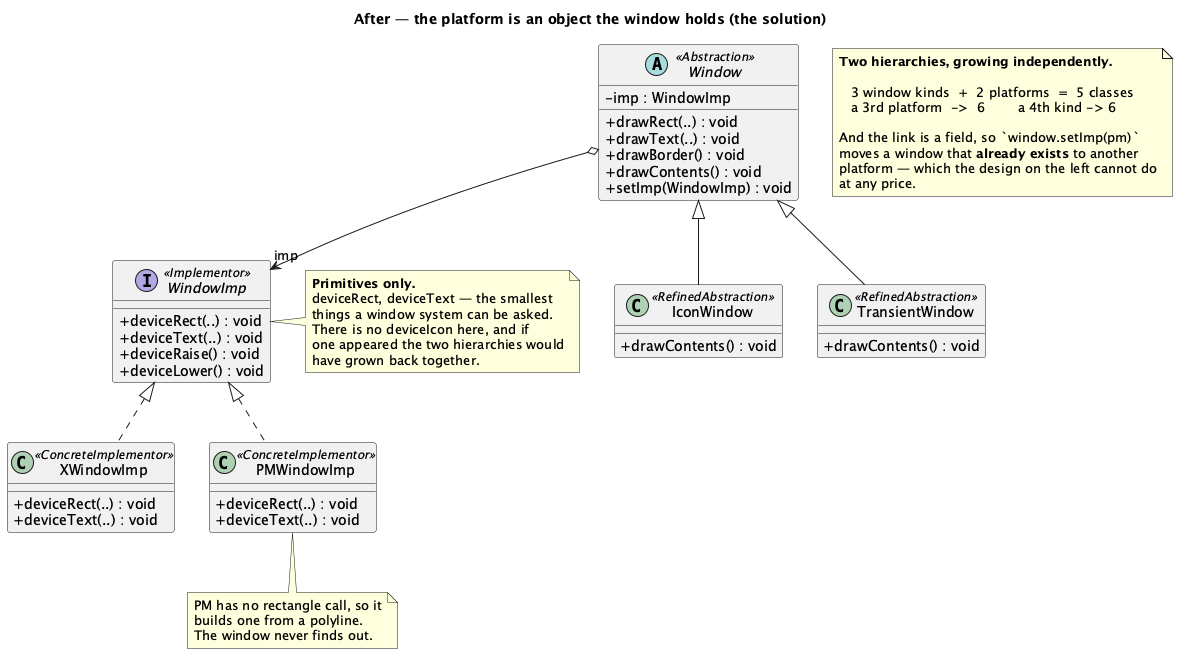
Earlier version of the PlantUML export src/main/java/dev/kaldiroglu/dp/structural/bridge/gof/solution/uml/Bridge - Window (Solution) - Class Diagram.png (kaldiroglu/DesignPatternsWithJava).
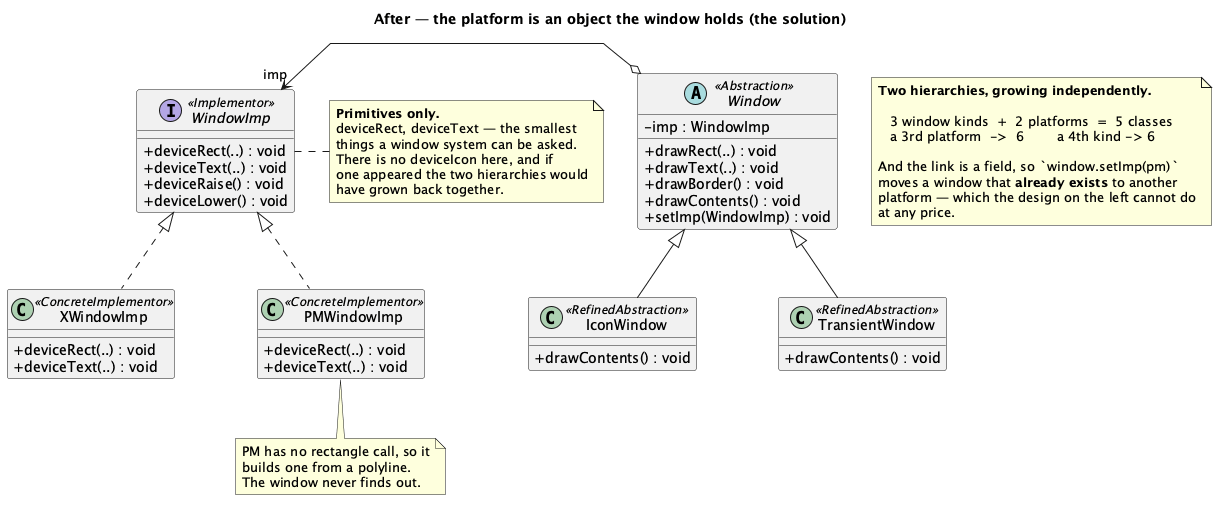
The same file after the commit.

Change to the diagram source:
```diff
@@ -1,4 +1,12 @@
-@startuml "Bridge - Window (Solution) - Class Diagram"
+@startuml
+skinparam linetype polyline
+skinparam class {
+  BackgroundColor<<spacer>> transparent
+  BorderColor<<spacer>> transparent
+  FontColor<<spacer>> transparent
+}
+hide <<spacer>> stereotype
+hide <<spacer>> circle
 skinparam classAttributeIconSize 0
 title After — the platform is an object the window holds (the solution)
 
@@ -35,7 +43,6 @@
   + deviceText(..) : void
 }
 
-Window o--> "imp" WindowImp
 Window <|-- IconWindow
 Window <|-- TransientWindow
 WindowImp <|.. XWindowImp
@@ -68,4 +75,15 @@
   at any price.
 end note
 
+class " " as Spacer1 <<spacer>>
+Window -[hidden]- Spacer1
+Window -[hidden]- Spacer1
+IconWindow -[hidden]right- Spacer1
+Spacer1 -[hidden]right- TransientWindow
+class " " as Spacer2 <<spacer>>
+WindowImp -[hidden]- Spacer2
+WindowImp -[hidden]- Spacer2
+XWindowImp -[hidden]right- Spacer2
+Spacer2 -[hidden]right- PMWindowImp
+Window o-[norank]-> "imp" WindowImp
 @enduml
```
